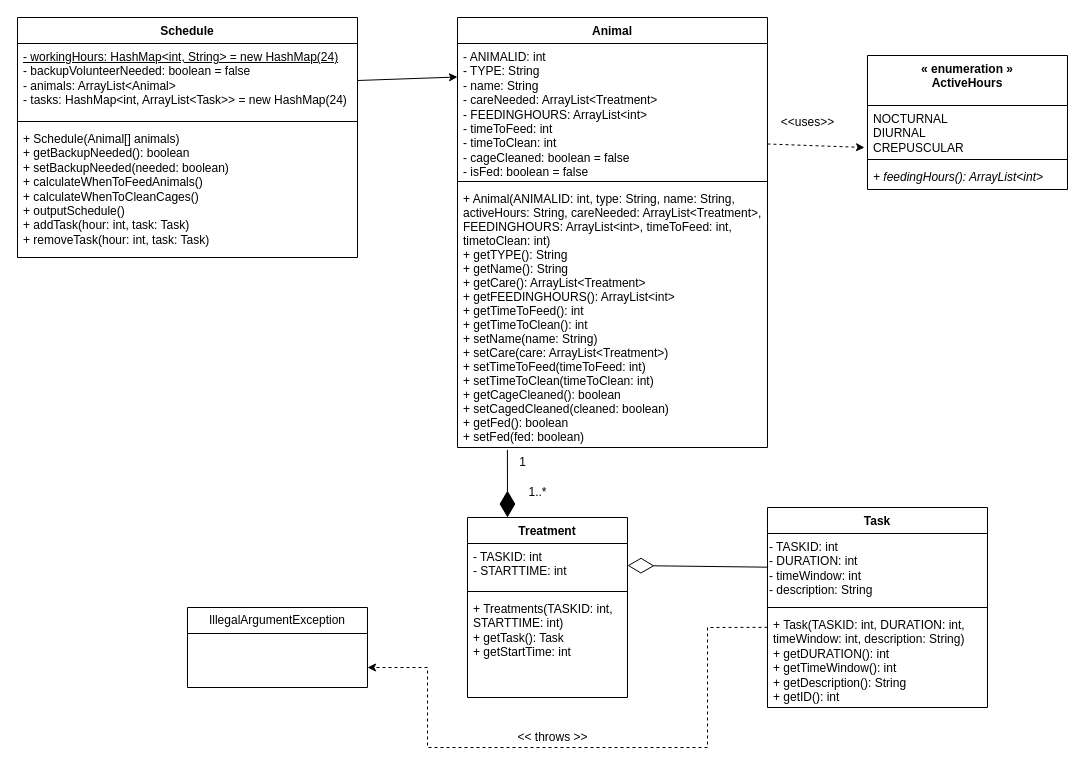
Before: 64.drawio in aryan-karadia/Mock-Schedule-Builder, a draw.io diagram. Source tidied: cells renumbered, new cells numbered last; positions are measured from the earlier drawing's top-left corner, leaving out a move shared by most shapes. Both pictures are drawn from the tidied source at 100%, with x=0, y=0 at pixel (17, 17).
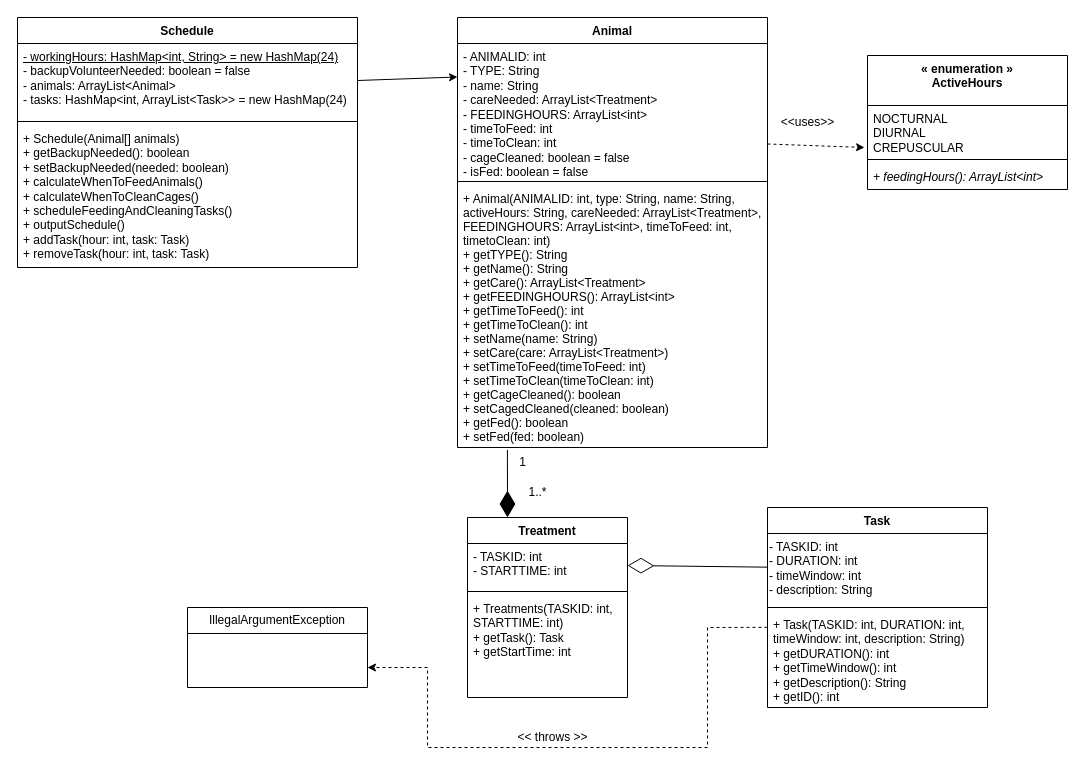
The same diagram, later.

Commit message:
Schedule class: added scheduleFeedingAndCleaningTasks() to assign the corresponding tasks to the appropriate hour in the schedule

Change to the diagram source:
```diff
@@
     <mxCell id="24" value="Schedule" style="swimlane;fontStyle=1;align=center;verticalAlign=top;horizontal=1;startSize=26;whiteSpace=wrap;html=1;" parent="1" vertex="1">
-      <mxGeometry width="340" height="240" as="geometry" />
+      <mxGeometry width="340" height="250" as="geometry" />
     </mxCell>
@@
-    <mxCell id="27" value="+ Schedule(Animal[] animals)&lt;br&gt;+ getBackupNeeded(): boolean&lt;br&gt;+ setBackupNeeded(needed: boolean)&lt;br&gt;+ calculateWhenToFeedAnimals()&lt;br&gt;+ calculateWhenToCleanCages()&lt;br&gt;+ outputSchedule()&lt;br&gt;+ addTask(hour: int, task: Task)&lt;br&gt;+ removeTask(hour: int, task: Task)&lt;br&gt;" style="text;strokeColor=none;fillColor=none;align=left;verticalAlign=top;spacingLeft=4;spacingRight=4;overflow=hidden;whiteSpace=wrap;html=1;" parent="24" vertex="1">
-      <mxGeometry y="108" width="340" height="132" as="geometry" />
+    <mxCell id="27" value="+ Schedule(Animal[] animals)&lt;br&gt;+ getBackupNeeded(): boolean&lt;br&gt;+ setBackupNeeded(needed: boolean)&lt;br&gt;+ calculateWhenToFeedAnimals()&lt;br&gt;+ calculateWhenToCleanCages()&lt;br&gt;+ scheduleFeedingAndCleaningTasks()&lt;br&gt;+ outputSchedule()&lt;br&gt;+ addTask(hour: int, task: Task)&lt;br&gt;+ removeTask(hour: int, task: Task)" style="text;strokeColor=none;fillColor=none;align=left;verticalAlign=top;spacingLeft=4;spacingRight=4;overflow=hidden;whiteSpace=wrap;html=1;" parent="24" vertex="1">
+      <mxGeometry y="108" width="340" height="142" as="geometry" />
     </mxCell>
```
